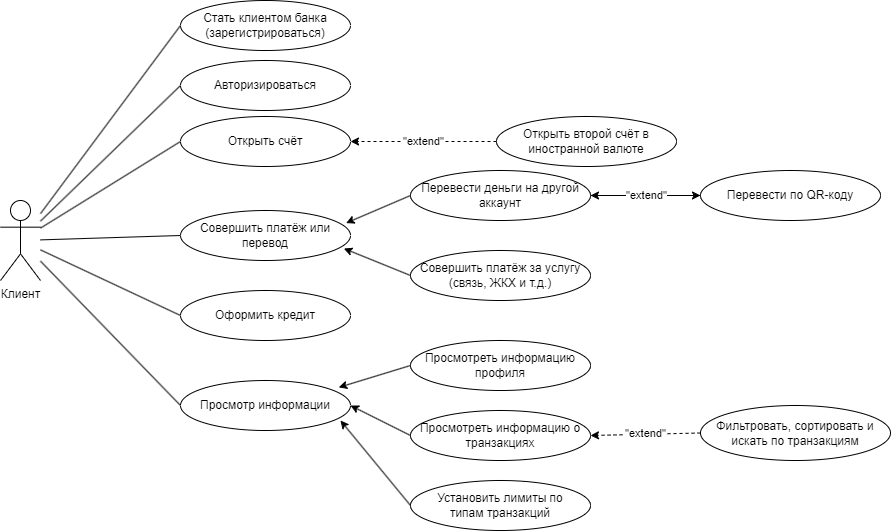
Before: LR1/usecase.png, a diagram exported from draw.io (user-of-github/BSUIR_Labs_Financial-information-processing-technologies). Source tidied: cells renumbered, new cells last; positions are measured from the earlier drawing's top-left corner, leaving out a move shared by most shapes.
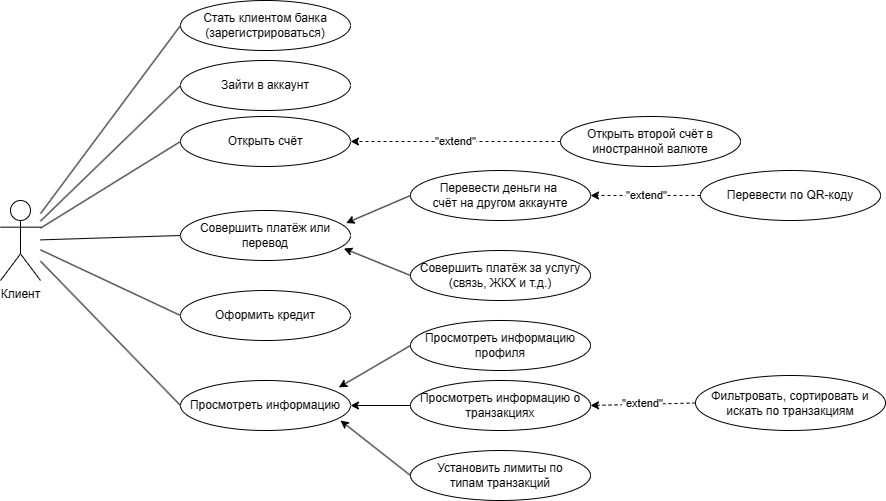
Later version of the same file.

Commit message:
feat: [LR2] components diagram and DB scheme

Change to the diagram source:
```diff
@@ -11,10 +11,7 @@
     <mxCell id="4" value="Совершить платёж или перевод" style="ellipse;whiteSpace=wrap;html=1;" parent="1" vertex="1">
       <mxGeometry x="180" y="210" width="170" height="50" as="geometry" />
     </mxCell>
-    <mxCell id="5" style="edgeStyle=orthogonalEdgeStyle;rounded=0;jettySize=auto;html=1;" parent="1" edge="1" source="6" target="8">
-      <mxGeometry relative="1" as="geometry" />
-    </mxCell>
-    <mxCell id="6" value="Перевести деньги на другой аккаунт" style="ellipse;whiteSpace=wrap;html=1;" parent="1" vertex="1">
+    <mxCell id="6" value="Перевести деньги на&amp;nbsp;&lt;br&gt;счёт на другом аккаунте" style="ellipse;whiteSpace=wrap;html=1;" parent="1" vertex="1">
       <mxGeometry x="410" y="170" width="180" height="50" as="geometry" />
     </mxCell>
     <mxCell id="7" value="Совершить платёж за услугу (связь, ЖКХ и т.д.)" style="ellipse;whiteSpace=wrap;html=1;" parent="1" vertex="1">
@@ -23,23 +20,23 @@
     <mxCell id="8" value="Перевести по QR-коду" style="ellipse;whiteSpace=wrap;html=1;" parent="1" vertex="1">
       <mxGeometry x="700" y="170" width="180" height="50" as="geometry" />
     </mxCell>
-    <mxCell id="9" value="Авторизироваться" style="ellipse;whiteSpace=wrap;html=1;" parent="1" vertex="1">
+    <mxCell id="9" value="Зайти в аккаунт" style="ellipse;whiteSpace=wrap;html=1;" parent="1" vertex="1">
       <mxGeometry x="180" y="60" width="170" height="50" as="geometry" />
     </mxCell>
     <mxCell id="10" value="Оформить кредит" style="ellipse;whiteSpace=wrap;html=1;" parent="1" vertex="1">
       <mxGeometry x="180" y="290" width="170" height="50" as="geometry" />
     </mxCell>
-    <mxCell id="11" value="Просмотр информации" style="ellipse;whiteSpace=wrap;html=1;" parent="1" vertex="1">
+    <mxCell id="11" value="Просмотреть информацию" style="ellipse;whiteSpace=wrap;html=1;" parent="1" vertex="1">
       <mxGeometry x="180" y="380" width="170" height="50" as="geometry" />
     </mxCell>
     <mxCell id="12" value="Просмотреть информацию профиля" style="ellipse;whiteSpace=wrap;html=1;" parent="1" vertex="1">
-      <mxGeometry x="410" y="340" width="180" height="50" as="geometry" />
+      <mxGeometry x="410" y="320" width="180" height="50" as="geometry" />
     </mxCell>
     <mxCell id="13" value="Просмотреть информацию о транзакциях" style="ellipse;whiteSpace=wrap;html=1;" parent="1" vertex="1">
-      <mxGeometry x="410" y="410" width="180" height="50" as="geometry" />
+      <mxGeometry x="410" y="380" width="180" height="50" as="geometry" />
     </mxCell>
     <mxCell id="14" value="Фильтровать, сортировать и искать по транзакциям" style="ellipse;whiteSpace=wrap;html=1;" parent="1" vertex="1">
-      <mxGeometry x="700" y="405" width="190" height="55" as="geometry" />
+      <mxGeometry x="695" y="375" width="190" height="55" as="geometry" />
     </mxCell>
     <mxCell id="15" style="endArrow=classic;html=1;rounded=0;entryX=1;entryY=0.5;entryDx=0;entryDy=0;exitX=0;exitY=0.5;exitDx=0;exitDy=0;dashed=1;" parent="1" edge="1" source="14" target="13">
       <mxGeometry relative="1" as="geometry" />
@@ -63,7 +60,7 @@
       <mxGeometry relative="1" as="geometry" />
     </mxCell>
     <mxCell id="22" value="Установить лимиты по &lt;br&gt;типам транзакций" style="ellipse;whiteSpace=wrap;html=1;" parent="1" vertex="1">
-      <mxGeometry x="410" y="480" width="180" height="50" as="geometry" />
+      <mxGeometry x="410" y="450" width="180" height="50" as="geometry" />
     </mxCell>
     <mxCell id="23" value="Открыть счёт" style="ellipse;whiteSpace=wrap;html=1;" parent="1" vertex="1">
       <mxGeometry x="180" y="116" width="170" height="50" as="geometry" />
@@ -78,14 +75,8 @@
       <mxGeometry x="0.01" y="-1" relative="1" as="geometry" />
     </mxCell>
     <mxCell id="27" value="Открыть второй счёт в иностранной валюте" style="ellipse;whiteSpace=wrap;html=1;" parent="1" vertex="1">
-      <mxGeometry x="496" y="116" width="180" height="50" as="geometry" />
+      <mxGeometry x="560" y="116" width="180" height="50" as="geometry" />
     </mxCell>
-    <mxCell id="28" style="endArrow=classic;html=1;rounded=0;entryX=1;entryY=0.5;entryDx=0;entryDy=0;dashed=1;exitX=0;exitY=0.5;exitDx=0;exitDy=0;" parent="1" edge="1" source="8" target="6">
-      <mxGeometry relative="1" as="geometry" />
-    </mxCell>
-    <mxCell id="29" value="&quot;extend&quot;" style="edgeLabel;html=1;align=center;verticalAlign=middle;" parent="28" vertex="1">
-      <mxGeometry x="0.01" y="-1" relative="1" as="geometry" />
-    </mxCell>
     <mxCell id="30" style="endArrow=classic;html=1;rounded=0;exitX=0;exitY=0.5;exitDx=0;exitDy=0;entryX=0.931;entryY=0.138;entryDx=0;entryDy=0;entryPerimeter=0;" parent="1" edge="1" source="12" target="11">
       <mxGeometry relative="1" as="geometry" />
     </mxCell>
@@ -101,5 +92,11 @@
     <mxCell id="34" style="endArrow=classic;html=1;rounded=0;exitX=0;exitY=0.5;exitDx=0;exitDy=0;entryX=0.974;entryY=0.251;entryDx=0;entryDy=0;entryPerimeter=0;" parent="1" edge="1" source="6" target="4">
       <mxGeometry relative="1" as="geometry" />
     </mxCell>
+    <mxCell id="28" style="endArrow=classic;html=1;rounded=0;entryX=1;entryY=0.5;entryDx=0;entryDy=0;dashed=1;exitX=0;exitY=0.5;exitDx=0;exitDy=0;" parent="1" edge="1" source="8" target="6">
+      <mxGeometry relative="1" as="geometry" />
+    </mxCell>
+    <mxCell id="29" value="&quot;extend&quot;" style="edgeLabel;html=1;align=center;verticalAlign=middle;" parent="28" vertex="1">
+      <mxGeometry x="0.01" y="-1" relative="1" as="geometry" />
+    </mxCell>
   </root>
 </mxGraphModel>
```
